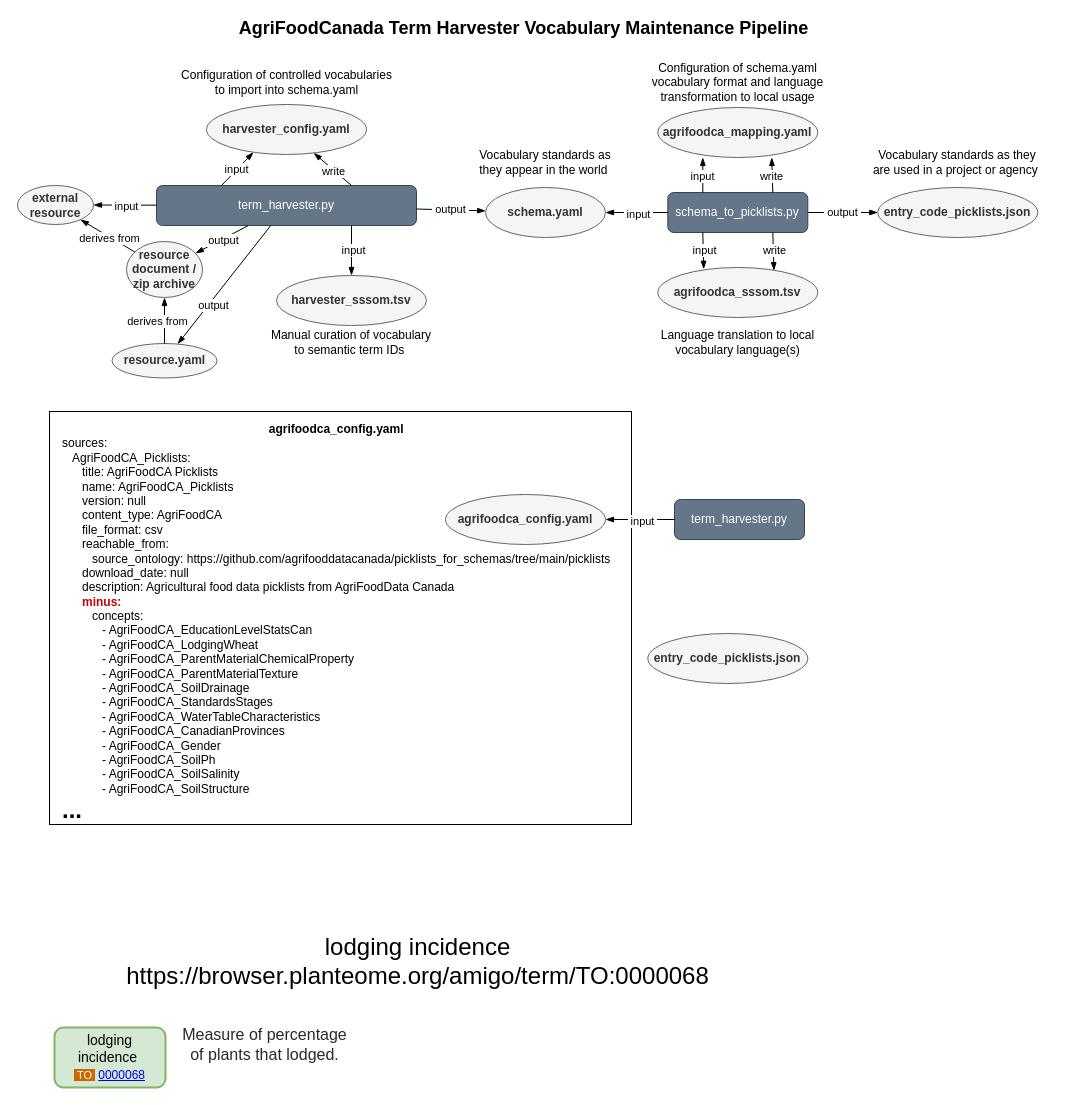
The draw.io diagram page "operational flowchart" (1 of 2) of docs/term_harvester.drawio in ClimateSmartAgCollab/term-harvester, before the edit. Source tidied: cells renumbered, new cells numbered last; positions are measured from the earlier drawing's top-left corner, leaving out a move shared by most shapes. Both pictures are drawn from the tidied source at 100%, with x=0, y=0 at pixel (17, 18).
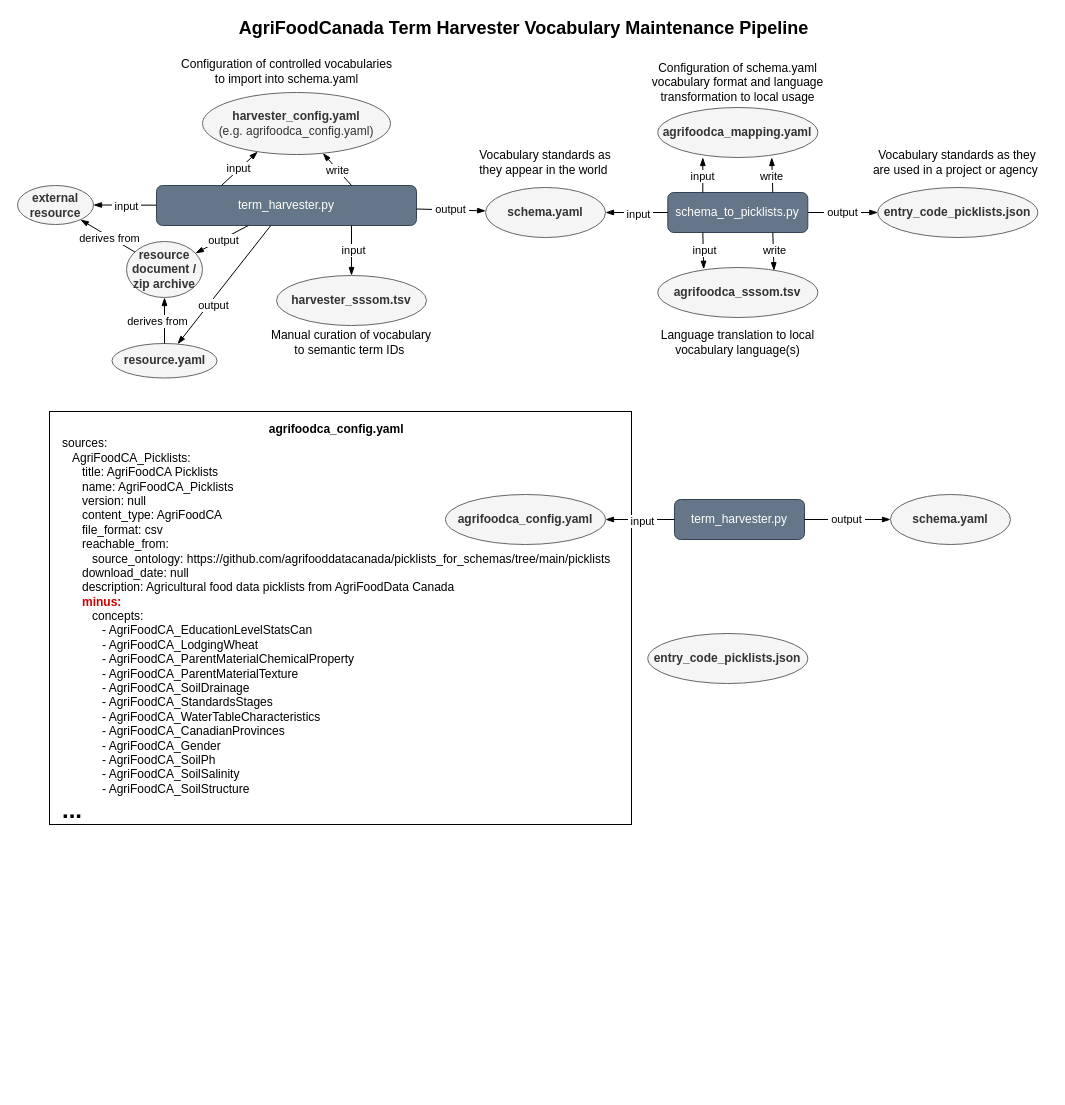
The same page after the edit.

Unchanged cells that the change refers to:
```xml
<mxCell id="54" value="term_harvester.py" style="rounded=1;whiteSpace=wrap;html=1;fillColor=#647687;fontColor=#ffffff;strokeColor=#314354;" parent="1" vertex="1">
  <mxGeometry x="657" y="481" width="130" height="40" as="geometry" />
</mxCell>
```

Change to the diagram source:
```diff
@@
-    <mxCell id="4" value="harvester_config.yaml" style="ellipse;whiteSpace=wrap;html=1;fontStyle=1;fillColor=#f5f5f5;fontColor=#333333;strokeColor=#666666;" parent="1" vertex="1">
-      <mxGeometry x="189" y="86" width="160" height="50" as="geometry" />
+    <mxCell id="4" value="harvester_config.yaml&lt;br&gt;&lt;span style=&quot;font-weight: normal&quot;&gt;(e.g. agrifoodca_config.yaml)&lt;/span&gt;" style="ellipse;whiteSpace=wrap;html=1;fontStyle=1;fillColor=#f5f5f5;fontColor=#333333;strokeColor=#666666;" parent="1" vertex="1">
+      <mxGeometry x="185" y="74" width="188" height="62" as="geometry" />
     </mxCell>
@@
     <mxCell id="31" value="Configuration of controlled vocabularies to import into schema.yaml" style="text;html=1;strokeColor=none;fillColor=none;align=center;verticalAlign=middle;whiteSpace=wrap;rounded=0;" parent="1" vertex="1">
-      <mxGeometry x="160.5" y="49" width="217" height="30" as="geometry" />
+      <mxGeometry x="160.5" y="38" width="217" height="30" as="geometry" />
     </mxCell>
@@
-    <mxCell id="58" value="lodging incidence&lt;br&gt;https://browser.planteome.org/amigo/term/TO:0000068" style="text;html=1;align=center;verticalAlign=middle;strokeColor=none;fillColor=none;fontSize=24;fontColor=#000000;fontStyle=0;" parent="1" vertex="1">
-      <mxGeometry x="103" y="912" width="593" height="62" as="geometry" />
-    </mxCell>
-    <mxCell id="59" value="&lt;font&gt;&lt;font&gt;lodging incidence&amp;nbsp;&lt;br&gt;&lt;/font&gt;&lt;font color=&quot;#ffffff&quot; style=&quot;font-size: 11px ; background-color: rgb(204 , 102 , 0)&quot;&gt;&amp;nbsp;TO&amp;nbsp;&lt;/font&gt;&lt;font color=&quot;#ffffff&quot; style=&quot;font-size: 11px&quot;&gt;&amp;nbsp;&lt;/font&gt;&lt;/font&gt;&lt;font style=&quot;font-size: 12px&quot;&gt;&lt;a href=&quot;https://browser.planteome.org/amigo/term/TO:0000068&quot;&gt;0000068&lt;/a&gt;&lt;/font&gt;" style="rounded=1;whiteSpace=wrap;html=1;strokeWidth=2;fontSize=14;align=center;fillColor=#d5e8d4;strokeColor=#82b366;" parent="1" vertex="1">
-      <mxGeometry x="37" y="1009" width="111" height="60" as="geometry" />
-    </mxCell>
-    <mxCell id="60" value="&lt;span style=&quot;color: rgb(41 , 41 , 41) ; font-family: &amp;#34;ibm plex sans&amp;#34; , &amp;#34;helvetica&amp;#34; , &amp;#34;arial&amp;#34; , sans-serif ; font-size: medium&quot;&gt;Measure of percentage of plants that lodged.&lt;/span&gt;" style="text;html=1;strokeColor=none;fillColor=none;align=center;verticalAlign=middle;whiteSpace=wrap;rounded=0;labelBackgroundColor=none;fontSize=12;fontColor=#000000;" parent="1" vertex="1">
-      <mxGeometry x="160.5" y="1011" width="173" height="30" as="geometry" />
-    </mxCell>
+    <mxCell id="61" style="endArrow=blockThin;html=1;rounded=0;endFill=1;" parent="1" edge="1" source="54" target="63">
+      <mxGeometry relative="1" as="geometry" />
+    </mxCell>
+    <mxCell id="62" value="&amp;nbsp;output&amp;nbsp;" style="edgeLabel;html=1;align=center;verticalAlign=middle;" parent="61" vertex="1">
+      <mxGeometry x="-0.04" y="1" relative="1" as="geometry" />
+    </mxCell>
+    <mxCell id="63" value="schema.yaml" style="ellipse;whiteSpace=wrap;html=1;fontStyle=1;fillColor=#f5f5f5;fontColor=#333333;strokeColor=#666666;" parent="1" vertex="1">
+      <mxGeometry x="873" y="476" width="120" height="50" as="geometry" />
+    </mxCell>
```
